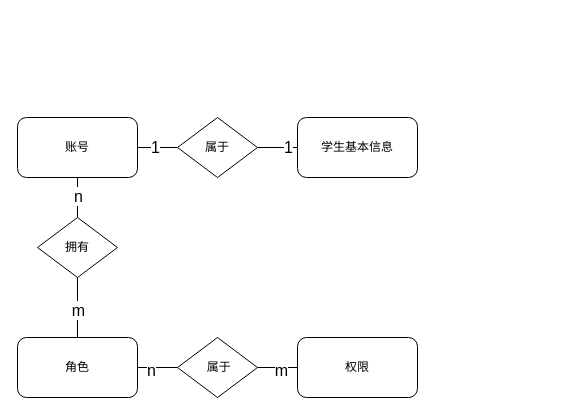
This is map/swms-er.drawio from msqtt/Sources, a draw.io file, before an edit. Source tidied: cells renumbered, new cells numbered last; positions are measured from the earlier drawing's top-left corner, leaving out a move shared by most shapes. Both pictures are drawn from the tidied source at 100%, with x=0, y=0 at pixel (17, 117).
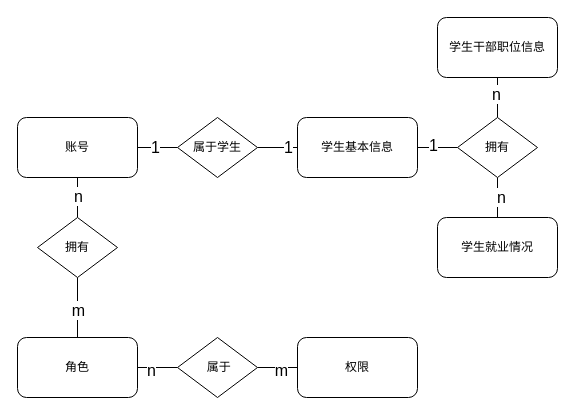
Above is the later version.

Unchanged cells that the change refers to:
```xml
<mxCell id="15" value="学生基本信息" style="rounded=1;whiteSpace=wrap;html=1;" parent="1" vertex="1">
  <mxGeometry x="280" width="120" height="60" as="geometry" />
</mxCell>
```

What changed in the source:
```diff
@@
+    <mxCell id="21" style="edgeStyle=orthogonalEdgeStyle;rounded=0;jettySize=auto;html=1;endArrow=none;endFill=0;" parent="1" edge="1" source="15" target="28">
+      <mxGeometry relative="1" as="geometry" />
+    </mxCell>
+    <mxCell id="22" value="1" style="edgeLabel;html=1;align=center;verticalAlign=middle;fontSize=16;" parent="21" vertex="1">
+      <mxGeometry x="-0.25" y="3" relative="1" as="geometry" />
+    </mxCell>
@@
-    <mxCell id="20" value="属于" style="rhombus;whiteSpace=wrap;html=1;" parent="1" vertex="1">
+    <mxCell id="20" value="属于学生" style="rhombus;whiteSpace=wrap;html=1;" parent="1" vertex="1">
       <mxGeometry x="160" width="80" height="60" as="geometry" />
     </mxCell>
+    <mxCell id="23" style="edgeStyle=orthogonalEdgeStyle;rounded=0;jettySize=auto;html=1;endArrow=none;endFill=0;" parent="1" edge="1" source="25" target="28">
+      <mxGeometry relative="1" as="geometry" />
+    </mxCell>
+    <mxCell id="24" value="n" style="edgeLabel;html=1;align=center;verticalAlign=middle;fontSize=16;" parent="23" vertex="1">
+      <mxGeometry x="-0.2" y="-2" relative="1" as="geometry" />
+    </mxCell>
+    <mxCell id="25" value="学生干部职位信息" style="rounded=1;whiteSpace=wrap;html=1;" parent="1" vertex="1">
+      <mxGeometry x="420" y="-100" width="120" height="60" as="geometry" />
+    </mxCell>
+    <mxCell id="26" style="edgeStyle=orthogonalEdgeStyle;rounded=0;jettySize=auto;html=1;endArrow=none;endFill=0;" parent="1" edge="1" source="28" target="29">
+      <mxGeometry relative="1" as="geometry" />
+    </mxCell>
+    <mxCell id="27" value="&lt;font style=&quot;font-size: 16px;&quot;&gt;n&lt;br&gt;&lt;/font&gt;" style="edgeLabel;html=1;align=center;verticalAlign=middle;" parent="26" vertex="1">
+      <mxGeometry x="-0.05" y="3" relative="1" as="geometry" />
+    </mxCell>
+    <mxCell id="28" value="拥有" style="rhombus;whiteSpace=wrap;html=1;" parent="1" vertex="1">
+      <mxGeometry x="440" width="80" height="60" as="geometry" />
+    </mxCell>
+    <mxCell id="29" value="学生就业情况" style="rounded=1;whiteSpace=wrap;html=1;" parent="1" vertex="1">
+      <mxGeometry x="420" y="100" width="120" height="60" as="geometry" />
+    </mxCell>
```
